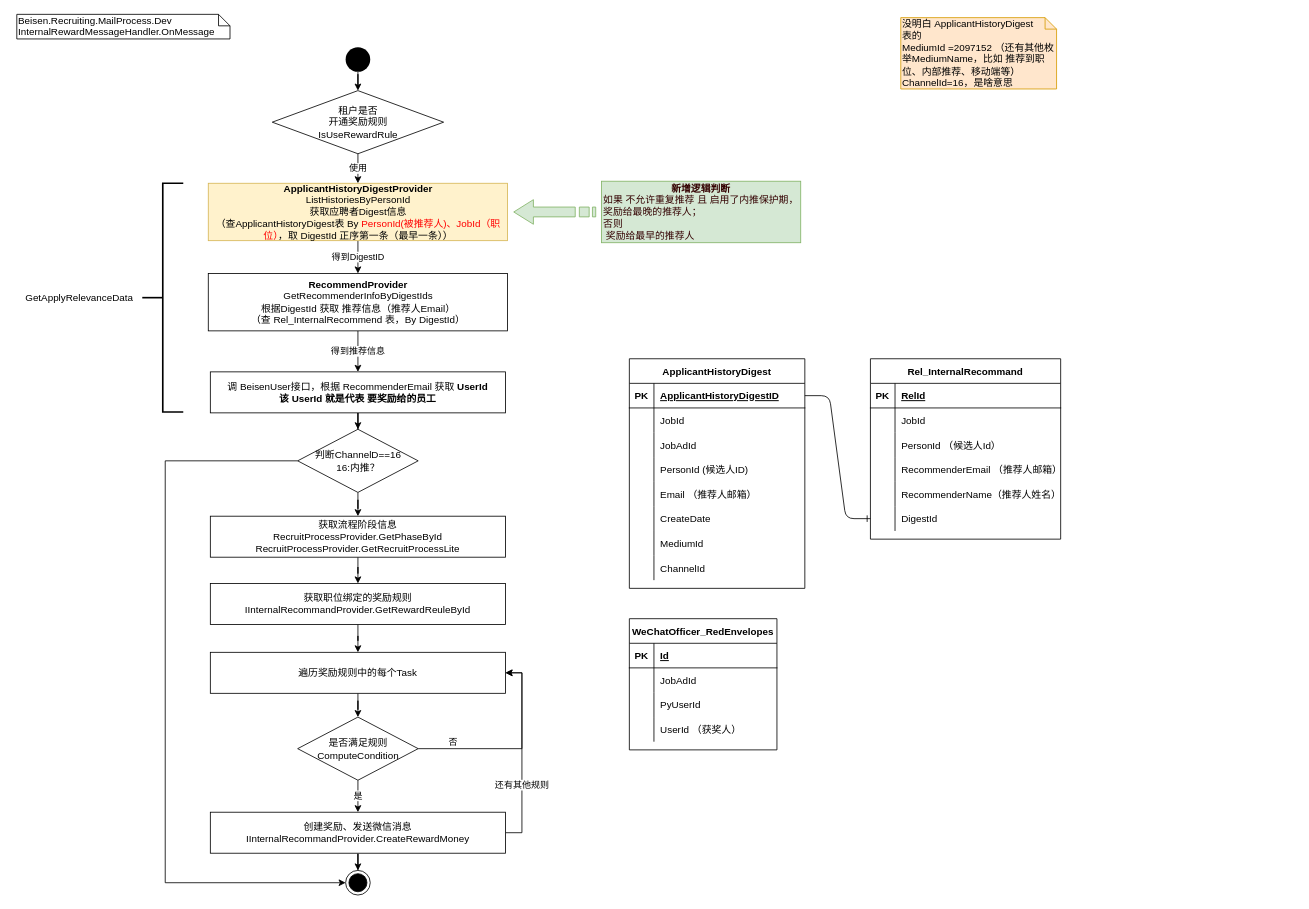
Above: 计算推荐人奖励.drawio in Lucas20029/MyDiagrams (draw.io), before the change. Source tidied: cells renumbered, new cells numbered last; positions are measured from the earlier drawing's top-left corner, leaving out a move shared by most shapes. Both pictures are drawn from the tidied source at 82%, with x=0, y=0 at pixel (16, 14).
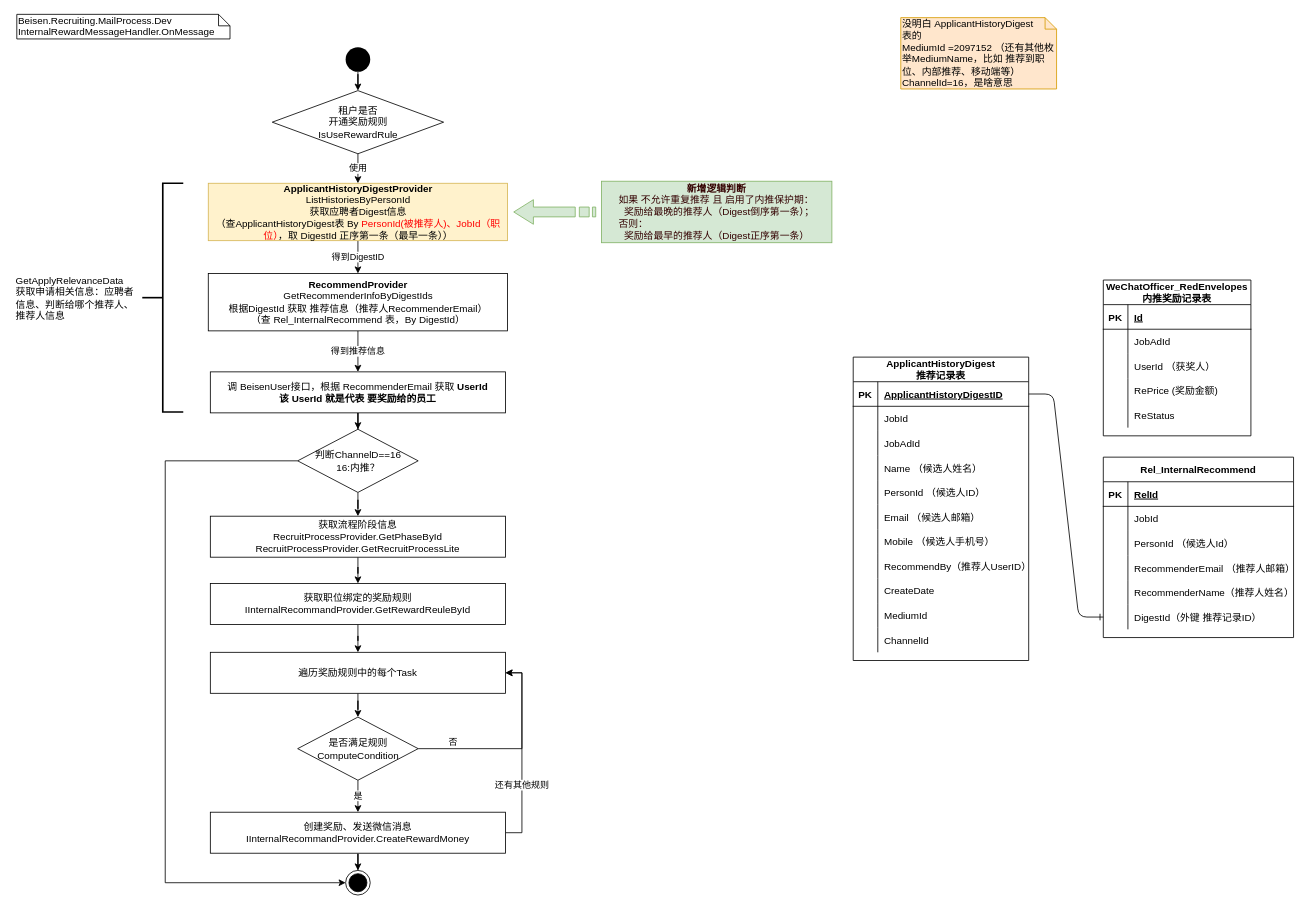
The same page after the edit.

Commit message:
Update 计算推荐人奖励.drawio

The change refers to these unchanged cells:
```xml
<mxCell id="54" style="shape=partialRectangle;fillColor=none;top=0;left=0;bottom=0;right=0;points=[[0,0.5],[1,0.5]];portConstraint=eastwest;" parent="38" vertex="1">
  <mxGeometry y="180" width="232" height="30" as="geometry" />
</mxCell>
```

The edit, as a diff of the source:
```diff
@@
-    <mxCell id="7" value="&lt;b&gt;RecommendProvider&lt;br&gt;&lt;/b&gt;GetRecommenderInfoByDigestIds&lt;br&gt;根据DigestId 获取 推荐信息（推荐人Email）&lt;br&gt;（查 Rel_InternalRecommend 表，By DigestId）" style="rounded=0;whiteSpace=wrap;html=1;" parent="1" vertex="1">
+    <mxCell id="7" value="&lt;b&gt;RecommendProvider&lt;br&gt;&lt;/b&gt;GetRecommenderInfoByDigestIds&lt;br&gt;根据DigestId 获取 推荐信息（推荐人RecommenderEmail）&lt;br&gt;（查 Rel_InternalRecommend 表，By DigestId）" style="rounded=0;whiteSpace=wrap;html=1;" parent="1" vertex="1">
       <mxGeometry x="233.5" y="316" width="365" height="70" as="geometry" />
     </mxCell>
@@
-    <mxCell id="10" value="GetApplyRelevanceData" style="text;html=1;strokeColor=none;fillColor=none;align=center;verticalAlign=middle;whiteSpace=wrap;rounded=0;" parent="1" vertex="1">
-      <mxGeometry y="335.5" width="153" height="20" as="geometry" />
+    <mxCell id="10" value="GetApplyRelevanceData&lt;br&gt;获取申请相关信息：应聘者信息、判断给哪个推荐人、推荐人信息" style="text;html=1;strokeColor=none;fillColor=none;align=left;verticalAlign=middle;whiteSpace=wrap;rounded=0;" parent="1" vertex="1">
+      <mxGeometry x="-3" y="319" width="156" height="53.2" as="geometry" />
     </mxCell>
-    <mxCell id="11" value="&lt;font color=&quot;#330000&quot;&gt;&lt;b&gt;新增逻辑判断&lt;/b&gt;&lt;br&gt;&lt;div style=&quot;text-align: left&quot;&gt;&lt;span&gt;如果 不允许重复推荐 且 启用了内推保护期，&lt;/span&gt;&lt;/div&gt;&lt;div style=&quot;text-align: left&quot;&gt;&lt;span&gt;奖励给最晚的推荐人；&lt;/span&gt;&lt;/div&gt;&lt;div style=&quot;text-align: left&quot;&gt;&lt;span&gt;否则&lt;/span&gt;&lt;/div&gt;&lt;div style=&quot;text-align: left&quot;&gt;&lt;span&gt;&amp;nbsp;奖励给最早的推荐人&lt;/span&gt;&lt;/div&gt;&lt;/font&gt;" style="rounded=0;whiteSpace=wrap;html=1;fillColor=#d5e8d4;strokeColor=#82B366;" parent="1" vertex="1">
-      <mxGeometry x="713" y="203.5" width="243" height="75" as="geometry" />
+    <mxCell id="11" value="&lt;font color=&quot;#330000&quot;&gt;&lt;b&gt;新增逻辑判断&lt;/b&gt;&lt;br&gt;&lt;div style=&quot;text-align: left&quot;&gt;&lt;span&gt;如果 不允许重复推荐 且 启用了内推保护期：&lt;/span&gt;&lt;/div&gt;&lt;div style=&quot;text-align: left&quot;&gt;&lt;span&gt;&amp;nbsp; 奖励给最晚的推荐人（Digest倒序第一条）；&lt;/span&gt;&lt;/div&gt;&lt;div style=&quot;text-align: left&quot;&gt;&lt;span&gt;否则：&lt;/span&gt;&lt;/div&gt;&lt;div style=&quot;text-align: left&quot;&gt;&lt;span&gt;&amp;nbsp; 奖励给最早的推荐人（Digest正序第一条）&lt;/span&gt;&lt;/div&gt;&lt;/font&gt;" style="rounded=0;whiteSpace=wrap;html=1;fillColor=#d5e8d4;strokeColor=#82B366;" parent="1" vertex="1">
+      <mxGeometry x="713" y="203.5" width="281" height="75" as="geometry" />
     </mxCell>
@@
-    <mxCell id="13" value="ApplicantHistoryDigest" style="shape=table;startSize=30;childLayout=tableLayout;rowLines=0;fontStyle=1;align=center;" parent="1" vertex="1">
-      <mxGeometry x="747" y="420" width="214" height="280" as="geometry" />
+    <mxCell id="13" value="ApplicantHistoryDigest&#10;推荐记录表" style="shape=table;startSize=30;childLayout=tableLayout;rowLines=0;fontStyle=1;align=center;" parent="1" vertex="1">
+      <mxGeometry x="1020" y="418" width="214" height="370" as="geometry" />
     </mxCell>
@@
+    <mxCell id="94" style="shape=partialRectangle;fillColor=none;top=0;left=0;bottom=0;right=0;" parent="13" vertex="1">
+      <mxGeometry y="120" width="214" height="30" as="geometry" />
+    </mxCell>
+    <mxCell id="95" style="shape=partialRectangle;fillColor=none;top=0;left=0;bottom=0;right=0;overflow=hidden;" parent="94" vertex="1">
+      <mxGeometry width="30" height="30" as="geometry" />
+    </mxCell>
+    <mxCell id="96" value="Name （候选人姓名）" style="shape=partialRectangle;fillColor=none;top=0;left=0;bottom=0;right=0;align=left;spacingLeft=6;overflow=hidden;" parent="94" vertex="1">
+      <mxGeometry x="30" width="184" height="30" as="geometry" />
+    </mxCell>
     <mxCell id="23" style="shape=partialRectangle;fillColor=none;top=0;left=0;bottom=0;right=0;" parent="13" vertex="1">
-      <mxGeometry y="120" width="214" height="30" as="geometry" />
+      <mxGeometry y="150" width="214" height="30" as="geometry" />
     </mxCell>
@@
-    <mxCell id="25" value="PersonId (候选人ID)" style="shape=partialRectangle;fillColor=none;top=0;left=0;bottom=0;right=0;align=left;spacingLeft=6;overflow=hidden;" parent="23" vertex="1">
+    <mxCell id="25" value="PersonId （候选人ID）" style="shape=partialRectangle;fillColor=none;top=0;left=0;bottom=0;right=0;align=left;spacingLeft=6;overflow=hidden;" parent="23" vertex="1">
       <mxGeometry x="30" width="184" height="30" as="geometry" />
     </mxCell>
     <mxCell id="26" style="shape=partialRectangle;fillColor=none;top=0;left=0;bottom=0;right=0;" parent="13" vertex="1">
-      <mxGeometry y="150" width="214" height="30" as="geometry" />
+      <mxGeometry y="180" width="214" height="30" as="geometry" />
     </mxCell>
@@
-    <mxCell id="28" value="Email （推荐人邮箱）" style="shape=partialRectangle;fillColor=none;top=0;left=0;bottom=0;right=0;align=left;spacingLeft=6;overflow=hidden;" parent="26" vertex="1">
+    <mxCell id="28" value="Email （候选人邮箱）" style="shape=partialRectangle;fillColor=none;top=0;left=0;bottom=0;right=0;align=left;spacingLeft=6;overflow=hidden;" parent="26" vertex="1">
       <mxGeometry x="30" width="184" height="30" as="geometry" />
     </mxCell>
+    <mxCell id="97" style="shape=partialRectangle;fillColor=none;top=0;left=0;bottom=0;right=0;" parent="13" vertex="1">
+      <mxGeometry y="210" width="214" height="30" as="geometry" />
+    </mxCell>
+    <mxCell id="98" style="shape=partialRectangle;fillColor=none;top=0;left=0;bottom=0;right=0;overflow=hidden;" parent="97" vertex="1">
+      <mxGeometry width="30" height="30" as="geometry" />
+    </mxCell>
+    <mxCell id="99" value="Mobile （候选人手机号）" style="shape=partialRectangle;fillColor=none;top=0;left=0;bottom=0;right=0;align=left;spacingLeft=6;overflow=hidden;" parent="97" vertex="1">
+      <mxGeometry x="30" width="184" height="30" as="geometry" />
+    </mxCell>
+    <mxCell id="100" style="shape=partialRectangle;fillColor=none;top=0;left=0;bottom=0;right=0;" parent="13" vertex="1">
+      <mxGeometry y="240" width="214" height="30" as="geometry" />
+    </mxCell>
+    <mxCell id="101" style="shape=partialRectangle;fillColor=none;top=0;left=0;bottom=0;right=0;overflow=hidden;" parent="100" vertex="1">
+      <mxGeometry width="30" height="30" as="geometry" />
+    </mxCell>
+    <mxCell id="102" value="RecommendBy（推荐人UserID）" style="shape=partialRectangle;fillColor=none;top=0;left=0;bottom=0;right=0;align=left;spacingLeft=6;overflow=hidden;" parent="100" vertex="1">
+      <mxGeometry x="30" width="184" height="30" as="geometry" />
+    </mxCell>
     <mxCell id="29" style="shape=partialRectangle;fillColor=none;top=0;left=0;bottom=0;right=0;" parent="13" vertex="1">
-      <mxGeometry y="180" width="214" height="30" as="geometry" />
+      <mxGeometry y="270" width="214" height="30" as="geometry" />
     </mxCell>
@@
     <mxCell id="32" style="shape=partialRectangle;fillColor=none;top=0;left=0;bottom=0;right=0;" parent="13" vertex="1">
-      <mxGeometry y="210" width="214" height="30" as="geometry" />
+      <mxGeometry y="300" width="214" height="30" as="geometry" />
     </mxCell>
@@
     <mxCell id="35" style="shape=partialRectangle;fillColor=none;top=0;left=0;bottom=0;right=0;" parent="13" vertex="1">
-      <mxGeometry y="240" width="214" height="30" as="geometry" />
+      <mxGeometry y="330" width="214" height="30" as="geometry" />
     </mxCell>
@@
-    <mxCell id="38" value="Rel_InternalRecommand" style="shape=table;startSize=30;childLayout=tableLayout;rowLines=0;fontStyle=1;align=center;" parent="1" vertex="1">
-      <mxGeometry x="1041" y="420" width="232" height="220" as="geometry" />
+    <mxCell id="38" value="Rel_InternalRecommend" style="shape=table;startSize=30;childLayout=tableLayout;rowLines=0;fontStyle=1;align=center;" parent="1" vertex="1">
+      <mxGeometry x="1325" y="540" width="232" height="220" as="geometry" />
     </mxCell>
@@
-    <mxCell id="56" value="DigestId" style="shape=partialRectangle;fillColor=none;top=0;left=0;bottom=0;right=0;align=left;spacingLeft=6;overflow=hidden;" parent="54" vertex="1">
+    <mxCell id="56" value="DigestId（外键 推荐记录ID）" style="shape=partialRectangle;fillColor=none;top=0;left=0;bottom=0;right=0;align=left;spacingLeft=6;overflow=hidden;" parent="54" vertex="1">
       <mxGeometry x="30" width="202" height="30" as="geometry" />
     </mxCell>
@@
-    <mxCell id="81" value="WeChatOfficer_RedEnvelopes" style="shape=table;startSize=30;childLayout=tableLayout;rowLines=0;fontStyle=1;align=center;" parent="1" vertex="1">
-      <mxGeometry x="747" y="737" width="180" height="160" as="geometry" />
+    <mxCell id="81" value="WeChatOfficer_RedEnvelopes&#10;内推奖励记录表" style="shape=table;startSize=30;childLayout=tableLayout;rowLines=0;fontStyle=1;align=center;" parent="1" vertex="1">
+      <mxGeometry x="1325" y="324" width="180" height="190" as="geometry" />
     </mxCell>
@@
-    <mxCell id="88" style="shape=partialRectangle;fillColor=none;top=0;left=0;bottom=0;right=0;" parent="81" vertex="1">
-      <mxGeometry y="90" width="180" height="30" as="geometry" />
-    </mxCell>
-    <mxCell id="89" style="shape=partialRectangle;fillColor=none;top=0;left=0;bottom=0;right=0;overflow=hidden;" parent="88" vertex="1">
-      <mxGeometry width="30" height="30" as="geometry" />
-    </mxCell>
-    <mxCell id="90" value="PyUserId" style="shape=partialRectangle;fillColor=none;top=0;left=0;bottom=0;right=0;align=left;spacingLeft=6;overflow=hidden;" parent="88" vertex="1">
-      <mxGeometry x="30" width="150" height="30" as="geometry" />
-    </mxCell>
     <mxCell id="91" style="shape=partialRectangle;fillColor=none;top=0;left=0;bottom=0;right=0;" parent="81" vertex="1">
-      <mxGeometry y="120" width="180" height="30" as="geometry" />
+      <mxGeometry y="90" width="180" height="30" as="geometry" />
     </mxCell>
@@
+    <mxCell id="103" style="shape=partialRectangle;fillColor=none;top=0;left=0;bottom=0;right=0;" parent="81" vertex="1">
+      <mxGeometry y="120" width="180" height="30" as="geometry" />
+    </mxCell>
+    <mxCell id="104" style="shape=partialRectangle;fillColor=none;top=0;left=0;bottom=0;right=0;overflow=hidden;" parent="103" vertex="1">
+      <mxGeometry width="30" height="30" as="geometry" />
+    </mxCell>
+    <mxCell id="105" value="RePrice (奖励金额)" style="shape=partialRectangle;fillColor=none;top=0;left=0;bottom=0;right=0;align=left;spacingLeft=6;overflow=hidden;" parent="103" vertex="1">
+      <mxGeometry x="30" width="150" height="30" as="geometry" />
+    </mxCell>
+    <mxCell id="106" style="shape=partialRectangle;fillColor=none;top=0;left=0;bottom=0;right=0;" parent="81" vertex="1">
+      <mxGeometry y="150" width="180" height="30" as="geometry" />
+    </mxCell>
+    <mxCell id="107" style="shape=partialRectangle;fillColor=none;top=0;left=0;bottom=0;right=0;overflow=hidden;" parent="106" vertex="1">
+      <mxGeometry width="30" height="30" as="geometry" />
+    </mxCell>
+    <mxCell id="108" value="ReStatus" style="shape=partialRectangle;fillColor=none;top=0;left=0;bottom=0;right=0;align=left;spacingLeft=6;overflow=hidden;" parent="106" vertex="1">
+      <mxGeometry x="30" width="150" height="30" as="geometry" />
+    </mxCell>
```
